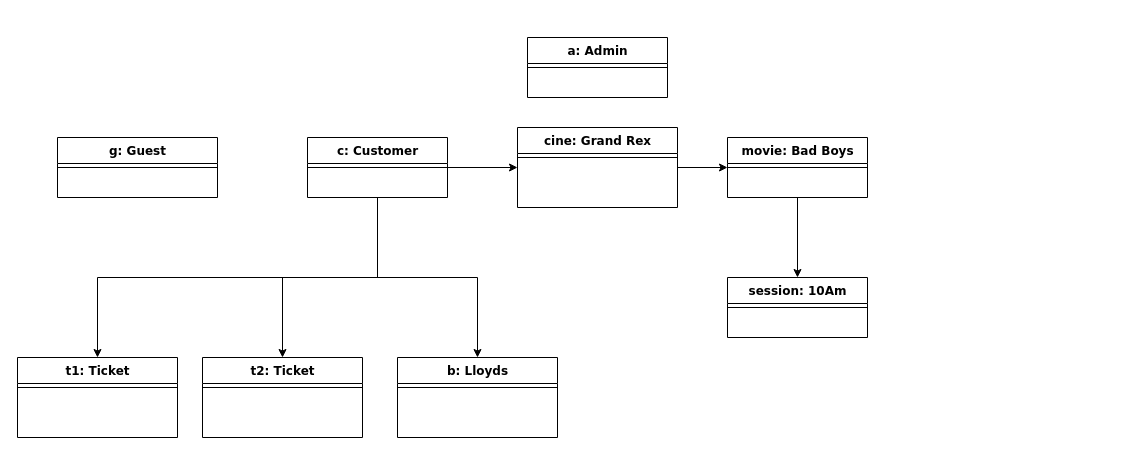
This is Diagramme object Movie Ticket Booking System.drawio from Melydgt/Draw-io-UML-England, a draw.io file, before an edit. Source tidied: cells renumbered, new cells numbered last; positions are measured from the earlier drawing's top-left corner, leaving out a move shared by most shapes. Both pictures are drawn from the tidied source at 100%, with x=0, y=0 at pixel (17, 37).
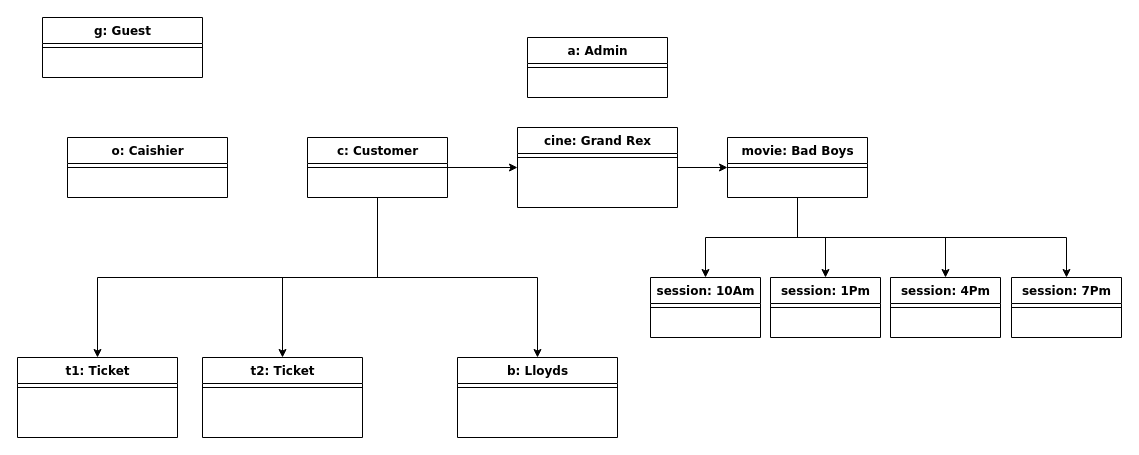
The same diagram, later.

Commit message (it also covers changes not shown here):
Mettre à jour Diagramme object Movie Ticket Booking System.drawio

Unchanged cells that the change refers to:
```xml
<mxCell id="22" value="movie: Bad Boys" style="swimlane;html=1;fontStyle=1;align=center;verticalAlign=top;horizontal=1;startSize=26;swimlaneFillColor=#ffffff;rounded=0;shadow=0;comic=0;labelBackgroundColor=none;strokeWidth=1;fillColor=none;fontFamily=Verdana;fontSize=12;" parent="1" vertex="1">
  <mxGeometry x="710" y="100" width="140" height="60" as="geometry" />
</mxCell>
```

Diff of the diagram source:
```diff
@@
     <mxCell id="12" value="b: Lloyds" style="swimlane;html=1;fontStyle=1;align=center;verticalAlign=top;horizontal=1;startSize=26;swimlaneFillColor=#ffffff;rounded=0;shadow=0;comic=0;labelBackgroundColor=none;strokeWidth=1;fillColor=none;fontFamily=Verdana;fontSize=12;" parent="1" vertex="1">
-      <mxGeometry x="380" y="320" width="160" height="80" as="geometry" />
+      <mxGeometry x="440" y="320" width="160" height="80" as="geometry" />
     </mxCell>
@@
     <mxCell id="17" value="g: Guest" style="swimlane;html=1;fontStyle=1;align=center;verticalAlign=top;horizontal=1;startSize=26;swimlaneFillColor=#ffffff;rounded=0;shadow=0;comic=0;labelBackgroundColor=none;strokeWidth=1;fillColor=none;fontFamily=Verdana;fontSize=12;" parent="1" vertex="1">
-      <mxGeometry x="40" y="100" width="160" height="60" as="geometry" />
+      <mxGeometry x="25" y="-20" width="160" height="60" as="geometry" />
     </mxCell>
@@
+    <mxCell id="26" style="edgeStyle=orthogonalEdgeStyle;rounded=0;jettySize=auto;html=1;exitX=0.5;exitY=1;exitDx=0;exitDy=0;" parent="1" edge="1" source="22" target="31">
+      <mxGeometry relative="1" as="geometry" />
+    </mxCell>
+    <mxCell id="27" style="edgeStyle=orthogonalEdgeStyle;rounded=0;jettySize=auto;html=1;exitX=0.5;exitY=1;exitDx=0;exitDy=0;" parent="1" edge="1" source="22" target="33">
+      <mxGeometry relative="1" as="geometry" />
+    </mxCell>
+    <mxCell id="28" style="edgeStyle=orthogonalEdgeStyle;rounded=0;jettySize=auto;html=1;exitX=0.5;exitY=1;exitDx=0;exitDy=0;entryX=0.5;entryY=0;entryDx=0;entryDy=0;" parent="1" edge="1" source="22" target="35">
+      <mxGeometry relative="1" as="geometry" />
+    </mxCell>
@@
     <mxCell id="24" value="session: 10Am" style="swimlane;html=1;fontStyle=1;align=center;verticalAlign=top;horizontal=1;startSize=26;swimlaneFillColor=#ffffff;rounded=0;shadow=0;comic=0;labelBackgroundColor=none;strokeWidth=1;fillColor=none;fontFamily=Verdana;fontSize=12;" parent="1" vertex="1">
-      <mxGeometry x="710" y="240" width="140" height="60" as="geometry" />
+      <mxGeometry x="633" y="240" width="110" height="60" as="geometry" />
     </mxCell>
     <mxCell id="25" style="line;html=1;strokeWidth=1;fillColor=none;align=left;verticalAlign=middle;spacingTop=-1;spacingLeft=3;spacingRight=3;labelPosition=right;" parent="24" vertex="1">
-      <mxGeometry y="26" width="140" height="8" as="geometry" />
+      <mxGeometry y="26" width="110" height="8" as="geometry" />
     </mxCell>
+    <mxCell id="29" value="o: Caishier" style="swimlane;html=1;fontStyle=1;align=center;verticalAlign=top;horizontal=1;startSize=26;swimlaneFillColor=#ffffff;rounded=0;shadow=0;comic=0;labelBackgroundColor=none;strokeWidth=1;fillColor=none;fontFamily=Verdana;fontSize=12;" parent="1" vertex="1">
+      <mxGeometry x="50" y="100" width="160" height="60" as="geometry" />
+    </mxCell>
+    <mxCell id="30" style="line;html=1;strokeWidth=1;fillColor=none;align=left;verticalAlign=middle;spacingTop=-1;spacingLeft=3;spacingRight=3;labelPosition=right;" parent="29" vertex="1">
+      <mxGeometry y="26" width="160" height="8" as="geometry" />
+    </mxCell>
+    <mxCell id="31" value="session: 1Pm" style="swimlane;html=1;fontStyle=1;align=center;verticalAlign=top;horizontal=1;startSize=26;swimlaneFillColor=#ffffff;rounded=0;shadow=0;comic=0;labelBackgroundColor=none;strokeWidth=1;fillColor=none;fontFamily=Verdana;fontSize=12;" parent="1" vertex="1">
+      <mxGeometry x="753" y="240" width="110" height="60" as="geometry" />
+    </mxCell>
+    <mxCell id="32" style="line;html=1;strokeWidth=1;fillColor=none;align=left;verticalAlign=middle;spacingTop=-1;spacingLeft=3;spacingRight=3;labelPosition=right;" parent="31" vertex="1">
+      <mxGeometry y="26" width="110" height="8" as="geometry" />
+    </mxCell>
+    <mxCell id="33" value="session: 4Pm" style="swimlane;html=1;fontStyle=1;align=center;verticalAlign=top;horizontal=1;startSize=26;swimlaneFillColor=#ffffff;rounded=0;shadow=0;comic=0;labelBackgroundColor=none;strokeWidth=1;fillColor=none;fontFamily=Verdana;fontSize=12;" parent="1" vertex="1">
+      <mxGeometry x="873" y="240" width="110" height="60" as="geometry" />
+    </mxCell>
+    <mxCell id="34" style="line;html=1;strokeWidth=1;fillColor=none;align=left;verticalAlign=middle;spacingTop=-1;spacingLeft=3;spacingRight=3;labelPosition=right;" parent="33" vertex="1">
+      <mxGeometry y="26" width="110" height="8" as="geometry" />
+    </mxCell>
+    <mxCell id="35" value="session: 7Pm" style="swimlane;html=1;fontStyle=1;align=center;verticalAlign=top;horizontal=1;startSize=26;swimlaneFillColor=#ffffff;rounded=0;shadow=0;comic=0;labelBackgroundColor=none;strokeWidth=1;fillColor=none;fontFamily=Verdana;fontSize=12;" parent="1" vertex="1">
+      <mxGeometry x="994" y="240" width="110" height="60" as="geometry" />
+    </mxCell>
+    <mxCell id="36" style="line;html=1;strokeWidth=1;fillColor=none;align=left;verticalAlign=middle;spacingTop=-1;spacingLeft=3;spacingRight=3;labelPosition=right;" parent="35" vertex="1">
+      <mxGeometry y="26" width="110" height="8" as="geometry" />
+    </mxCell>
```
